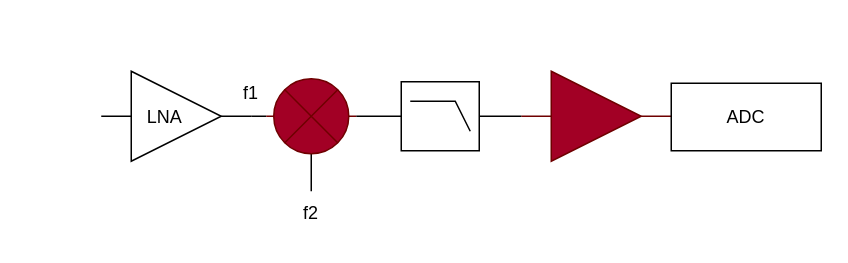
This is figures/drawio_designs/simple_receiver.drawio from bananaking03/master_thesis, a draw.io file, before an edit. Source tidied: cells renumbered, new cells numbered last; positions are measured from the earlier drawing's top-left corner, leaving out a move shared by most shapes. Both pictures are drawn from the tidied source at 150%, with x=0, y=0 at pixel (100, 70).
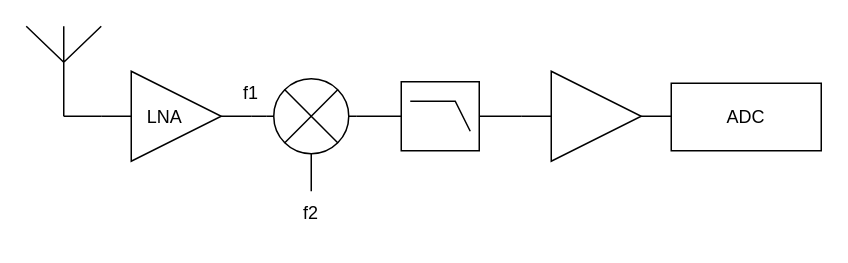
Above is the later version.

Diff of the diagram source:
```diff
@@
 <mxGraphModel>
   <root>
     <mxCell id="0" />
     <mxCell id="1" parent="0" />
     <mxCell id="2" value="LNA" style="verticalLabelPosition=bottom;shadow=0;dashed=0;align=center;html=1;verticalAlign=top;shape=mxgraph.electrical.logic_gates.buffer2;horizontal=1;spacing=-41;spacingLeft=-17;" parent="1" vertex="1">
       <mxGeometry width="100" height="60" as="geometry" />
     </mxCell>
     <mxCell id="3" style="verticalLabelPosition=bottom;shadow=0;dashed=0;align=center;html=1;verticalAlign=top;shape=mxgraph.electrical.logic_gates.lowpass_filter;" parent="1" vertex="1">
       <mxGeometry x="200" y="7" width="52" height="46" as="geometry" />
     </mxCell>
     <mxCell id="4" style="edgeStyle=none;html=1;exitX=0;exitY=0.5;exitDx=0;exitDy=0;exitPerimeter=0;entryX=1;entryY=0.5;entryDx=0;entryDy=0;endArrow=none;endFill=0;" parent="1" edge="1" source="6" target="2">
       <mxGeometry relative="1" as="geometry" />
     </mxCell>
     <mxCell id="5" style="edgeStyle=none;html=1;endArrow=none;endFill=0;" parent="1" edge="1" source="6">
       <mxGeometry relative="1" as="geometry">
         <mxPoint x="140" y="80" as="targetPoint" />
       </mxGeometry>
     </mxCell>
-    <mxCell id="6" style="verticalLabelPosition=bottom;shadow=0;dashed=0;align=center;html=1;verticalAlign=top;shape=mxgraph.electrical.miscellaneous.light_bulb;fillColor=#a20025;fontColor=#ffffff;strokeColor=#6F0000;" parent="1" vertex="1">
+    <mxCell id="6" style="verticalLabelPosition=bottom;shadow=0;dashed=0;align=center;html=1;verticalAlign=top;shape=mxgraph.electrical.miscellaneous.light_bulb;" parent="1" vertex="1">
       <mxGeometry x="110" y="5" width="60" height="50" as="geometry" />
     </mxCell>
-    <mxCell id="7" style="verticalLabelPosition=bottom;shadow=0;dashed=0;align=center;html=1;verticalAlign=top;shape=mxgraph.electrical.logic_gates.buffer2;fillColor=#a20025;fontColor=#ffffff;strokeColor=#6F0000;" parent="1" vertex="1">
+    <mxCell id="7" style="verticalLabelPosition=bottom;shadow=0;dashed=0;align=center;html=1;verticalAlign=top;shape=mxgraph.electrical.logic_gates.buffer2;" parent="1" vertex="1">
       <mxGeometry x="280" width="100" height="60" as="geometry" />
     </mxCell>
     <mxCell id="8" style="edgeStyle=none;html=1;entryX=1;entryY=0.5;entryDx=0;entryDy=0;entryPerimeter=0;endArrow=none;endFill=0;" parent="1" edge="1" source="3" target="6">
       <mxGeometry relative="1" as="geometry" />
     </mxCell>
     <mxCell id="9" style="edgeStyle=none;html=1;entryX=1;entryY=0.5;entryDx=0;entryDy=0;entryPerimeter=0;endArrow=none;endFill=0;" parent="1" edge="1" source="7" target="3">
       <mxGeometry relative="1" as="geometry" />
     </mxCell>
     <mxCell id="10" value="ADC" style="rounded=0;whiteSpace=wrap;html=1;" parent="1" vertex="1">
       <mxGeometry x="380" y="8" width="100" height="45" as="geometry" />
     </mxCell>
     <mxCell id="11" value="f1" style="text;strokeColor=none;align=center;fillColor=none;html=1;verticalAlign=middle;whiteSpace=wrap;rounded=0;" parent="1" vertex="1">
       <mxGeometry x="70" width="60" height="30" as="geometry" />
     </mxCell>
     <mxCell id="12" value="f2" style="text;strokeColor=none;align=center;fillColor=none;html=1;verticalAlign=middle;whiteSpace=wrap;rounded=0;" parent="1" vertex="1">
       <mxGeometry x="110" y="80" width="60" height="30" as="geometry" />
     </mxCell>
+    <mxCell id="13" style="edgeStyle=none;html=1;exitX=0.5;exitY=1;exitDx=0;exitDy=0;exitPerimeter=0;endArrow=none;endFill=0;" parent="1" edge="1" source="14" target="2">
+      <mxGeometry relative="1" as="geometry" />
+    </mxCell>
+    <mxCell id="14" style="verticalLabelPosition=bottom;shadow=0;dashed=0;align=center;html=1;verticalAlign=top;shape=mxgraph.electrical.radio.aerial_-_antenna_1;" parent="1" vertex="1">
+      <mxGeometry x="-50" y="-30" width="50" height="60" as="geometry" />
+    </mxCell>
   </root>
 </mxGraphModel>
```
